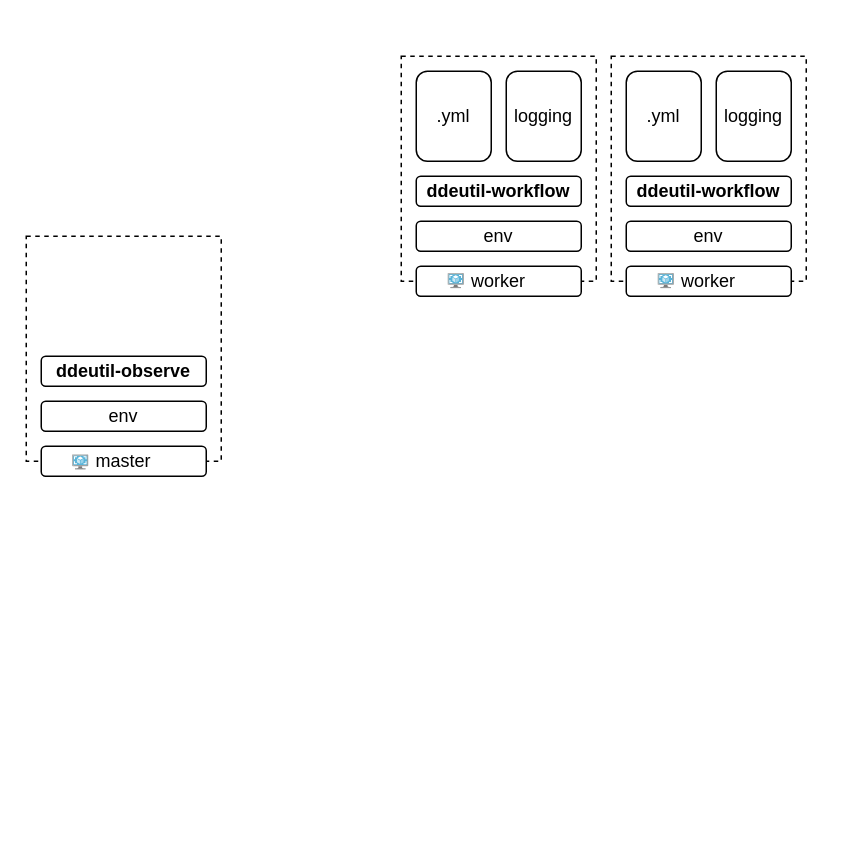
ddeutils/ddeutil-workflow keeps this draw.io diagram as page "component" (1 of 2) of docs/assets/diagram.drawio. Above is the earlier version. Source tidied: cells renumbered, new cells numbered last; positions are measured from the earlier drawing's top-left corner, leaving out a move shared by most shapes. Both pictures are drawn from the tidied source at 150%, with x=0, y=0 at pixel (26, 56).
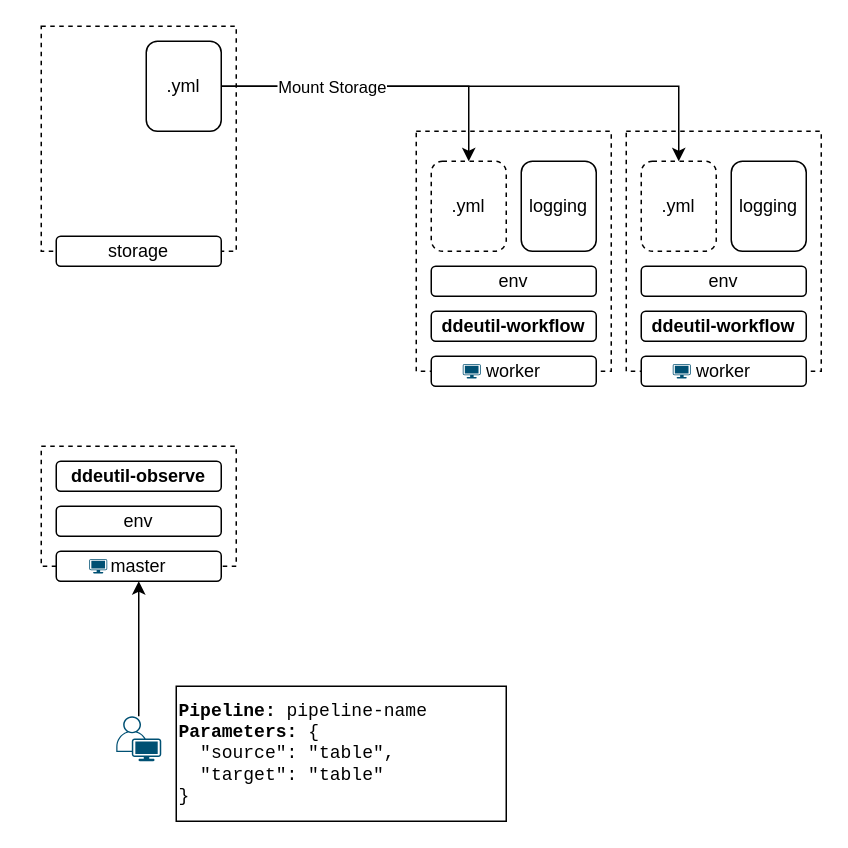
The same page after the edit.

What changed in the source:
```diff
@@
     <mxCell id="2" style="rounded=0;whiteSpace=wrap;html=1;fillColor=none;dashed=1;" parent="1" vertex="1">
-      <mxGeometry y="120" width="130" height="150" as="geometry" />
+      <mxGeometry x="10" y="260" width="130" height="80" as="geometry" />
     </mxCell>
     <mxCell id="3" style="rounded=0;whiteSpace=wrap;html=1;fillColor=none;dashed=1;" parent="1" vertex="1">
-      <mxGeometry x="250" width="130" height="150" as="geometry" />
+      <mxGeometry x="260" y="50" width="130" height="160" as="geometry" />
     </mxCell>
     <mxCell id="4" value="ddeutil-workflow" style="rounded=1;whiteSpace=wrap;html=1;fontStyle=1;" parent="1" vertex="1">
-      <mxGeometry x="260" y="80" width="110" height="20" as="geometry" />
+      <mxGeometry x="270" y="170" width="110" height="20" as="geometry" />
     </mxCell>
-    <mxCell id="5" value=".yml" style="rounded=1;whiteSpace=wrap;html=1;" parent="1" vertex="1">
-      <mxGeometry x="260" y="10" width="50" height="60" as="geometry" />
+    <mxCell id="5" value=".yml" style="rounded=1;whiteSpace=wrap;html=1;dashed=1;" parent="1" vertex="1">
+      <mxGeometry x="270" y="70" width="50" height="60" as="geometry" />
     </mxCell>
     <mxCell id="6" value="env" style="rounded=1;whiteSpace=wrap;html=1;" parent="1" vertex="1">
-      <mxGeometry x="260" y="110" width="110" height="20" as="geometry" />
+      <mxGeometry x="270" y="140" width="110" height="20" as="geometry" />
     </mxCell>
     <mxCell id="7" value="logging" style="rounded=1;whiteSpace=wrap;html=1;" parent="1" vertex="1">
-      <mxGeometry x="320" y="10" width="50" height="60" as="geometry" />
+      <mxGeometry x="330" y="70" width="50" height="60" as="geometry" />
     </mxCell>
     <mxCell id="8" value="worker" style="rounded=1;whiteSpace=wrap;html=1;" parent="1" vertex="1">
-      <mxGeometry x="260" y="140" width="110" height="20" as="geometry" />
+      <mxGeometry x="270" y="200" width="110" height="20" as="geometry" />
     </mxCell>
-    <mxCell id="9" style="image;sketch=0;html=1;align=center;fontSize=12;image=img/lib/mscae/VM_Images.svg;" parent="1" vertex="1">
-      <mxGeometry x="281.3" y="145" width="11" height="10.1" as="geometry" />
-    </mxCell>
     <mxCell id="10" style="rounded=0;whiteSpace=wrap;html=1;fillColor=none;dashed=1;" parent="1" vertex="1">
-      <mxGeometry x="390" width="130" height="150" as="geometry" />
+      <mxGeometry x="400" y="50" width="130" height="160" as="geometry" />
     </mxCell>
     <mxCell id="11" value="ddeutil-workflow" style="rounded=1;whiteSpace=wrap;html=1;fontStyle=1;" parent="1" vertex="1">
-      <mxGeometry x="400" y="80" width="110" height="20" as="geometry" />
+      <mxGeometry x="410" y="170" width="110" height="20" as="geometry" />
     </mxCell>
-    <mxCell id="12" value=".yml" style="rounded=1;whiteSpace=wrap;html=1;" parent="1" vertex="1">
-      <mxGeometry x="400" y="10" width="50" height="60" as="geometry" />
+    <mxCell id="12" value=".yml" style="rounded=1;whiteSpace=wrap;html=1;dashed=1;" parent="1" vertex="1">
+      <mxGeometry x="410" y="70" width="50" height="60" as="geometry" />
     </mxCell>
     <mxCell id="13" value="env" style="rounded=1;whiteSpace=wrap;html=1;" parent="1" vertex="1">
-      <mxGeometry x="400" y="110" width="110" height="20" as="geometry" />
+      <mxGeometry x="410" y="140" width="110" height="20" as="geometry" />
     </mxCell>
     <mxCell id="14" value="logging" style="rounded=1;whiteSpace=wrap;html=1;" parent="1" vertex="1">
-      <mxGeometry x="460" y="10" width="50" height="60" as="geometry" />
+      <mxGeometry x="470" y="70" width="50" height="60" as="geometry" />
     </mxCell>
     <mxCell id="15" value="worker" style="rounded=1;whiteSpace=wrap;html=1;" parent="1" vertex="1">
-      <mxGeometry x="400" y="140" width="110" height="20" as="geometry" />
+      <mxGeometry x="410" y="200" width="110" height="20" as="geometry" />
     </mxCell>
-    <mxCell id="16" style="image;sketch=0;html=1;align=center;fontSize=12;image=img/lib/mscae/VM_Images.svg;" parent="1" vertex="1">
-      <mxGeometry x="421.3" y="145" width="11" height="10.1" as="geometry" />
-    </mxCell>
     <mxCell id="17" value="ddeutil-observe" style="rounded=1;whiteSpace=wrap;html=1;fontStyle=1;" parent="1" vertex="1">
-      <mxGeometry x="10" y="200" width="110" height="20" as="geometry" />
+      <mxGeometry x="20" y="270" width="110" height="20" as="geometry" />
     </mxCell>
     <mxCell id="18" value="env" style="rounded=1;whiteSpace=wrap;html=1;" parent="1" vertex="1">
-      <mxGeometry x="10" y="230" width="110" height="20" as="geometry" />
+      <mxGeometry x="20" y="300" width="110" height="20" as="geometry" />
     </mxCell>
     <mxCell id="19" value="master" style="rounded=1;whiteSpace=wrap;html=1;" parent="1" vertex="1">
-      <mxGeometry x="10" y="260" width="110" height="20" as="geometry" />
+      <mxGeometry x="20" y="330" width="110" height="20" as="geometry" />
     </mxCell>
-    <mxCell id="20" style="image;sketch=0;html=1;align=center;fontSize=12;image=img/lib/mscae/VM_Images.svg;" parent="1" vertex="1">
-      <mxGeometry x="31" y="265.9" width="11" height="10.1" as="geometry" />
-    </mxCell>
+    <mxCell id="21" style="rounded=0;whiteSpace=wrap;html=1;fillColor=none;dashed=1;" parent="1" vertex="1">
+      <mxGeometry x="10" y="-20" width="130" height="150" as="geometry" />
+    </mxCell>
+    <mxCell id="22" value="storage" style="rounded=1;whiteSpace=wrap;html=1;" parent="1" vertex="1">
+      <mxGeometry x="20" y="120" width="110" height="20" as="geometry" />
+    </mxCell>
+    <mxCell id="23" style="edgeStyle=orthogonalEdgeStyle;rounded=0;jettySize=auto;html=1;entryX=0.5;entryY=0;entryDx=0;entryDy=0;" parent="1" edge="1" source="26" target="5">
+      <mxGeometry relative="1" as="geometry" />
+    </mxCell>
+    <mxCell id="24" style="edgeStyle=orthogonalEdgeStyle;rounded=0;jettySize=auto;html=1;entryX=0.5;entryY=0;entryDx=0;entryDy=0;" parent="1" edge="1" source="26" target="12">
+      <mxGeometry relative="1" as="geometry" />
+    </mxCell>
+    <mxCell id="25" value="Mount Storage" style="edgeLabel;html=1;align=center;verticalAlign=middle;" parent="24" vertex="1">
+      <mxGeometry x="-0.59" relative="1" as="geometry" />
+    </mxCell>
+    <mxCell id="26" value=".yml" style="rounded=1;whiteSpace=wrap;html=1;" parent="1" vertex="1">
+      <mxGeometry x="80" y="-10" width="50" height="60" as="geometry" />
+    </mxCell>
+    <mxCell id="27" style="edgeStyle=orthogonalEdgeStyle;rounded=0;jettySize=auto;html=1;entryX=0.5;entryY=1;entryDx=0;entryDy=0;" parent="1" edge="1" source="28" target="19">
+      <mxGeometry relative="1" as="geometry" />
+    </mxCell>
+    <mxCell id="28" style="points=[[0.35,0,0],[0.98,0.51,0],[1,0.71,0],[0.67,1,0],[0,0.795,0],[0,0.65,0]];verticalLabelPosition=bottom;sketch=0;html=1;verticalAlign=top;align=center;shape=mxgraph.cisco19.user;fillColor=#005073;strokeColor=none;" parent="1" vertex="1">
+      <mxGeometry x="60" y="440" width="30" height="30" as="geometry" />
+    </mxCell>
+    <mxCell id="29" style="verticalLabelPosition=bottom;sketch=0;html=1;verticalAlign=top;align=center;shape=mxgraph.cisco19.workstation;fillColor=#005073;strokeColor=none;" parent="1" vertex="1">
+      <mxGeometry x="42" y="335.2" width="12" height="9.6" as="geometry" />
+    </mxCell>
+    <mxCell id="30" value="&lt;b&gt;Pipeline:&lt;/b&gt; pipeline-name&lt;div&gt;&lt;b&gt;Parameters:&lt;/b&gt; {&lt;/div&gt;&lt;div&gt;&amp;nbsp; &quot;source&quot;: &quot;table&quot;,&lt;/div&gt;&lt;div&gt;&amp;nbsp; &quot;target&quot;: &quot;table&quot;&lt;/div&gt;&lt;div&gt;}&lt;/div&gt;" style="rounded=0;whiteSpace=wrap;html=1;align=left;fontFamily=Courier New;" parent="1" vertex="1">
+      <mxGeometry x="100" y="420" width="220" height="90" as="geometry" />
+    </mxCell>
+    <mxCell id="31" style="verticalLabelPosition=bottom;sketch=0;html=1;verticalAlign=top;align=center;shape=mxgraph.cisco19.workstation;fillColor=#005073;strokeColor=none;" parent="1" vertex="1">
+      <mxGeometry x="291" y="205.2" width="12" height="9.6" as="geometry" />
+    </mxCell>
+    <mxCell id="32" style="verticalLabelPosition=bottom;sketch=0;html=1;verticalAlign=top;align=center;shape=mxgraph.cisco19.workstation;fillColor=#005073;strokeColor=none;" parent="1" vertex="1">
+      <mxGeometry x="431" y="205.2" width="12" height="9.6" as="geometry" />
+    </mxCell>
```
